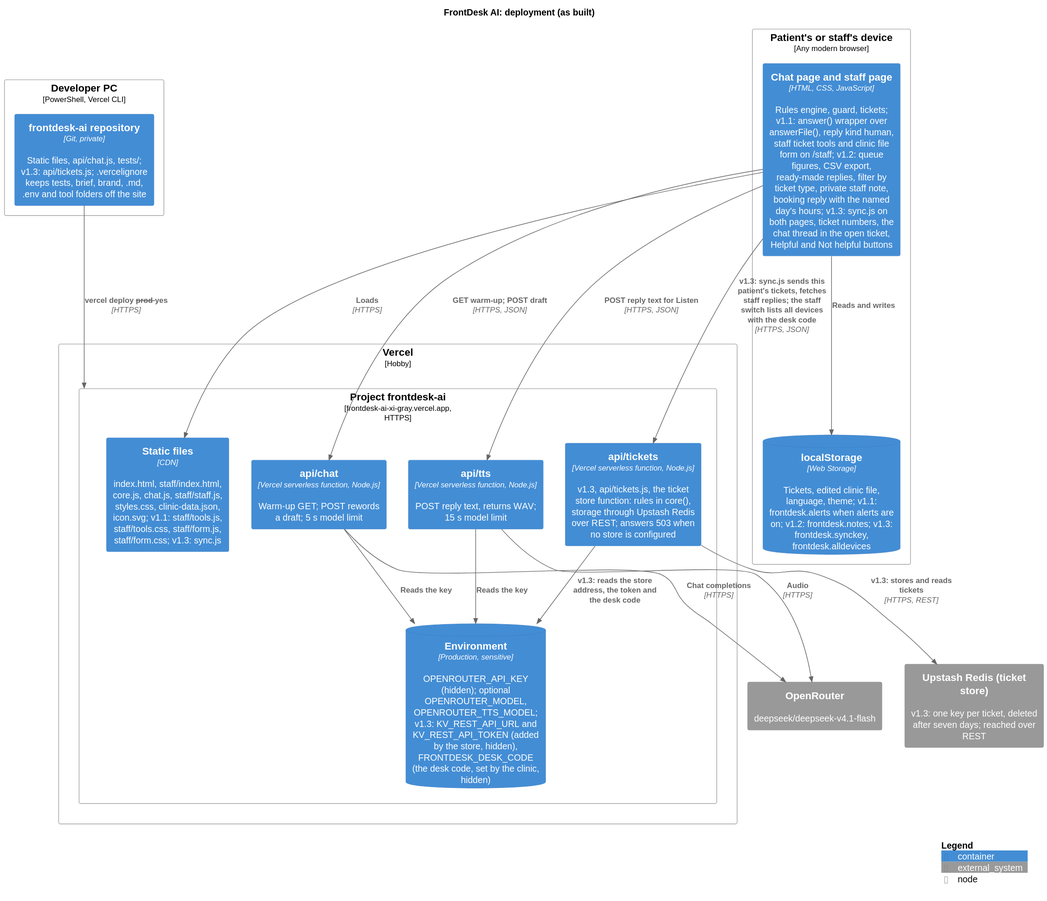
Earlier version of the PlantUML export docs/diagrams/deployment.svg (karwasanjay007/frontdesk-ai-docs).
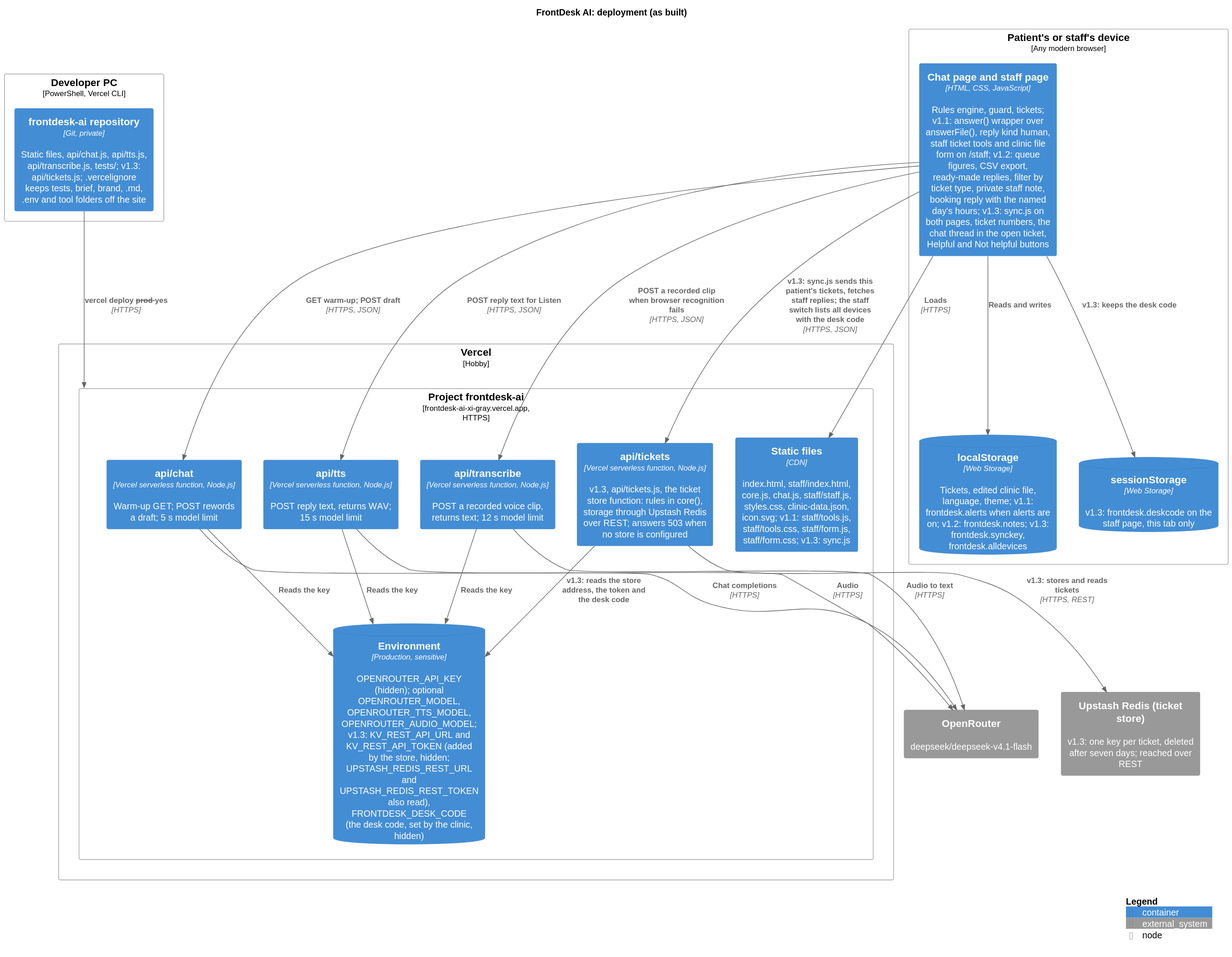
After the change.

What changed in the source:
```diff
@@ -3,7 +3,7 @@
 title FrontDesk AI: deployment (as built)
 
 Deployment_Node(dev, "Developer PC", "PowerShell, Vercel CLI") {
-  Container(src, "frontdesk-ai repository", "Git, private", "Static files, api/chat.js, tests/; v1.3: api/tickets.js; .vercelignore keeps tests, brief, brand, .md, .env and tool folders off the site")
+  Container(src, "frontdesk-ai repository", "Git, private", "Static files, api/chat.js, api/tts.js, api/transcribe.js, tests/; v1.3: api/tickets.js; .vercelignore keeps tests, brief, brand, .md, .env and tool folders off the site")
 }
 
 Deployment_Node(vercel, "Vercel", "Hobby") {
@@ -11,14 +11,16 @@
     Container(static, "Static files", "CDN", "index.html, staff/index.html, core.js, chat.js, staff/staff.js, styles.css, clinic-data.json, icon.svg; v1.1: staff/tools.js, staff/tools.css, staff/form.js, staff/form.css; v1.3: sync.js")
     Container(fn, "api/chat", "Vercel serverless function, Node.js", "Warm-up GET; POST rewords a draft; 5 s model limit")
     Container(tts, "api/tts", "Vercel serverless function, Node.js", "POST reply text, returns WAV; 15 s model limit")
+    Container(transcribe, "api/transcribe", "Vercel serverless function, Node.js", "POST a recorded voice clip, returns text; 12 s model limit")
     Container(ticketsfn, "api/tickets", "Vercel serverless function, Node.js", "v1.3, api/tickets.js, the ticket store function: rules in core(), storage through Upstash Redis over REST; answers 503 when no store is configured")
-    ContainerDb(env, "Environment", "Production, sensitive", "OPENROUTER_API_KEY (hidden); optional OPENROUTER_MODEL, OPENROUTER_TTS_MODEL; v1.3: KV_REST_API_URL and KV_REST_API_TOKEN (added by the store, hidden), FRONTDESK_DESK_CODE (the desk code, set by the clinic, hidden)")
+    ContainerDb(env, "Environment", "Production, sensitive", "OPENROUTER_API_KEY (hidden); optional OPENROUTER_MODEL, OPENROUTER_TTS_MODEL, OPENROUTER_AUDIO_MODEL; v1.3: KV_REST_API_URL and KV_REST_API_TOKEN (added by the store, hidden; UPSTASH_REDIS_REST_URL and UPSTASH_REDIS_REST_TOKEN also read), FRONTDESK_DESK_CODE (the desk code, set by the clinic, hidden)")
   }
 }
 
 Deployment_Node(device, "Patient's or staff's device", "Any modern browser") {
   Container(pages, "Chat page and staff page", "HTML, CSS, JavaScript", "Rules engine, guard, tickets; v1.1: answer() wrapper over answerFile(), reply kind human, staff ticket tools and clinic file form on /staff; v1.2: queue figures, CSV export, ready-made replies, filter by ticket type, private staff note, booking reply with the named day's hours; v1.3: sync.js on both pages, ticket numbers, the chat thread in the open ticket, Helpful and Not helpful buttons")
   ContainerDb(ls, "localStorage", "Web Storage", "Tickets, edited clinic file, language, theme; v1.1: frontdesk.alerts when alerts are on; v1.2: frontdesk.notes; v1.3: frontdesk.synckey, frontdesk.alldevices")
+  ContainerDb(ss, "sessionStorage", "Web Storage", "v1.3: frontdesk.deskcode on the staff page, this tab only")
 }
 
 System_Ext(openrouter, "OpenRouter", "deepseek/deepseek-v4.1-flash")
@@ -30,9 +32,13 @@
 Rel(pages, tts, "POST reply text for Listen", "HTTPS, JSON")
 Rel(tts, env, "Reads the key")
 Rel(tts, openrouter, "Audio", "HTTPS")
+Rel(pages, transcribe, "POST a recorded clip when browser recognition fails", "HTTPS, JSON")
+Rel(transcribe, env, "Reads the key")
+Rel(transcribe, openrouter, "Audio to text", "HTTPS")
 Rel(fn, env, "Reads the key")
 Rel(fn, openrouter, "Chat completions", "HTTPS")
 Rel(pages, ls, "Reads and writes")
+Rel(pages, ss, "v1.3: keeps the desk code")
 Rel(pages, ticketsfn, "v1.3: sync.js sends this patient's tickets, fetches staff replies; the staff switch lists all devices with the desk code", "HTTPS, JSON")
 Rel(ticketsfn, env, "v1.3: reads the store address, the token and the desk code")
 Rel(ticketsfn, upstash, "v1.3: stores and reads tickets", "HTTPS, REST")
```
